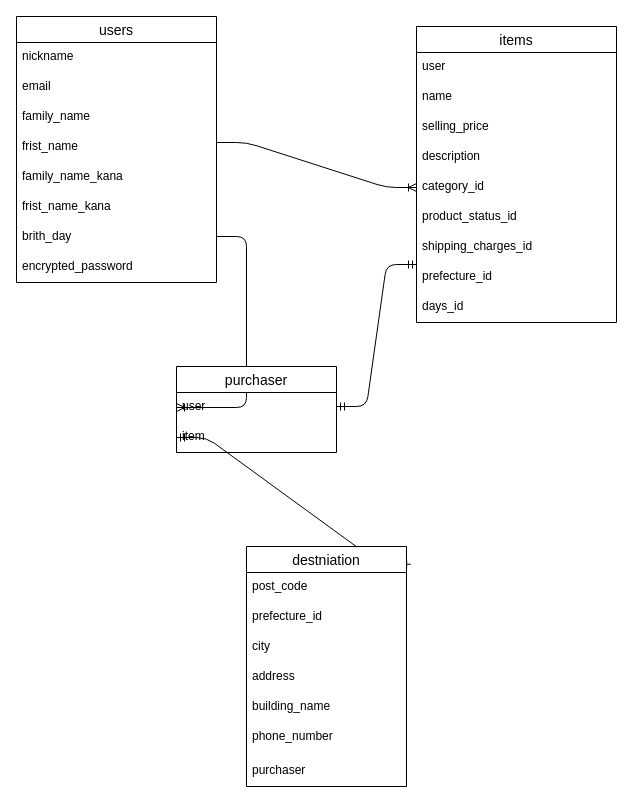
hitochan151/furima-29115 keeps this draw.io diagram as test.dio. Above is the earlier version. Source tidied: cells renumbered, new cells numbered last; positions are measured from the earlier drawing's top-left corner, leaving out a move shared by most shapes. Both pictures are drawn from the tidied source at 100%, with x=0, y=0 at pixel (16, 16).
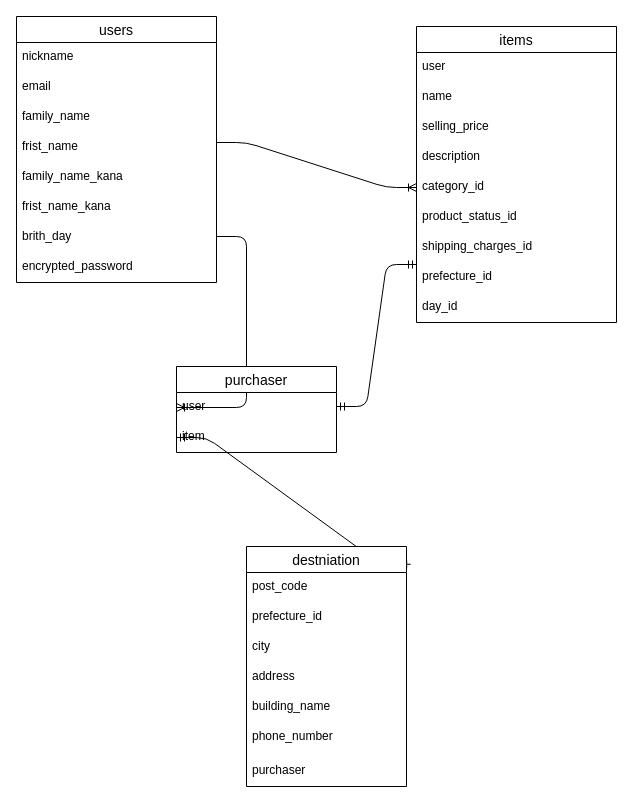
The same diagram, later.

The change refers to these unchanged cells:
```xml
<mxCell id="12" value="items" style="swimlane;fontStyle=0;horizontal=1;startSize=26;align=center;fontSize=14;" parent="1" vertex="1">
  <mxGeometry x="400" y="10" width="200" height="296" as="geometry" />
</mxCell>
```

What changed in the source:
```diff
@@
-    <mxCell id="21" value="days_id" style="text;strokeColor=none;fillColor=none;spacingLeft=4;spacingRight=4;overflow=hidden;fontSize=12;" parent="12" vertex="1">
+    <mxCell id="21" value="day_id" style="text;strokeColor=none;fillColor=none;spacingLeft=4;spacingRight=4;overflow=hidden;fontSize=12;" parent="12" vertex="1">
       <mxGeometry y="266" width="200" height="30" as="geometry" />
     </mxCell>
```
